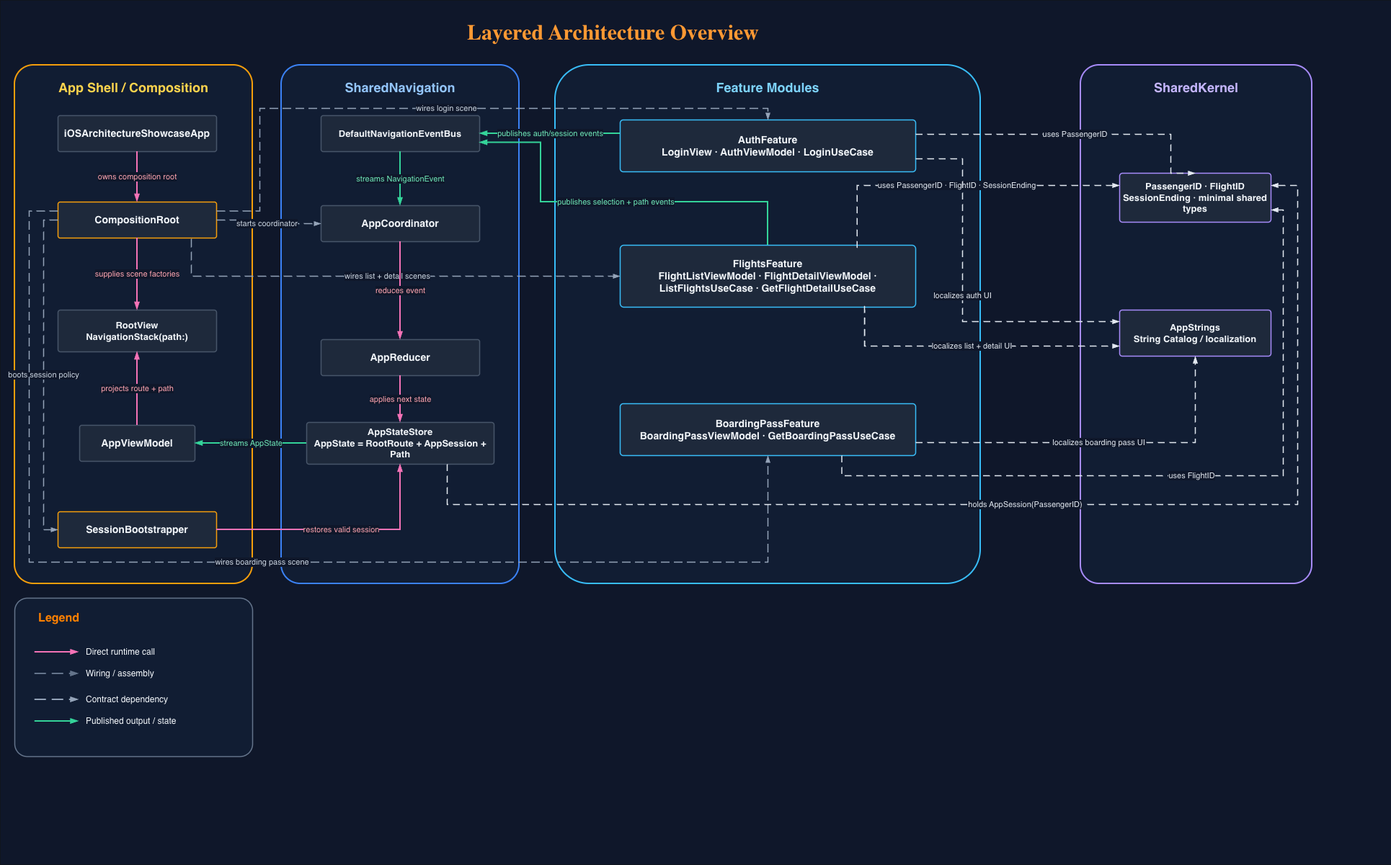
Before: docs/architecture/architecture-overview.drawio.png, a diagram exported from draw.io (SwiftEnProfundidad/ios-architecture-showcase). Source tidied: cells renumbered, new cells last; positions are measured from the earlier drawing's top-left corner, leaving out a move shared by most shapes.
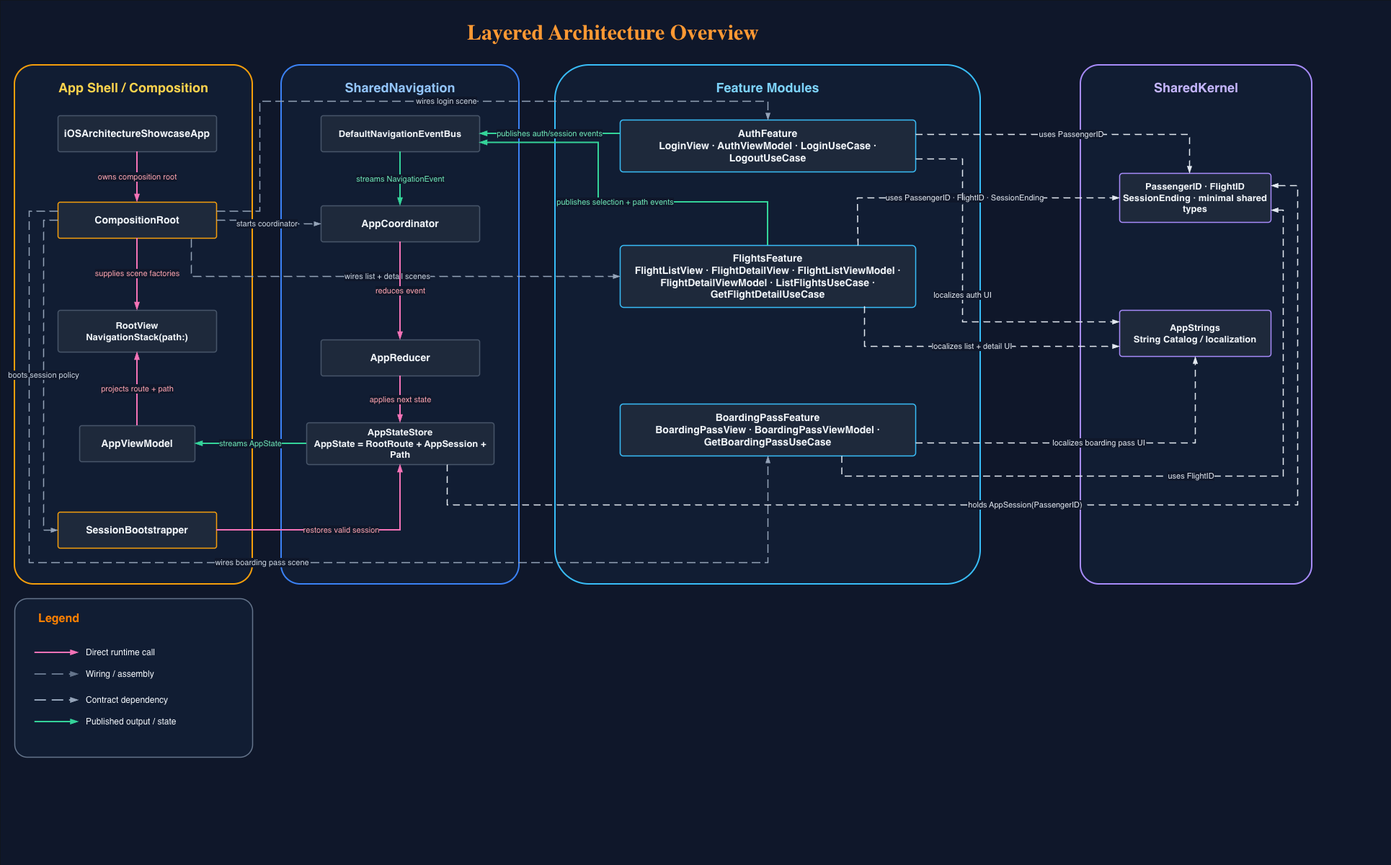
After the commit.

Commit message:
docs: align architecture diagrams and reviewer guide

The edit, as a diff of the source:
```diff
@@ -47,13 +47,13 @@
     <mxCell id="16" value="AppStateStore&#10;AppState = RootRoute + AppSession + Path" style="rounded=1;arcSize=6;whiteSpace=wrap;html=1;fillColor=#1E293B;strokeColor=#475569;strokeWidth=1.5;fontColor=#F1F5F9;fontSize=13;fontStyle=1;align=center;" parent="1" vertex="1">
       <mxGeometry x="425" y="586" width="260" height="58" as="geometry" />
     </mxCell>
-    <mxCell id="17" value="AuthFeature&#10;LoginView · AuthViewModel · LoginUseCase" style="rounded=1;arcSize=6;whiteSpace=wrap;html=1;fillColor=#1E293B;strokeColor=#38BDF8;strokeWidth=1.5;fontColor=#F1F5F9;fontSize=14;fontStyle=1;align=center;" parent="1" vertex="1">
+    <mxCell id="17" value="AuthFeature&#10;LoginView · AuthViewModel · LoginUseCase · LogoutUseCase" style="rounded=1;arcSize=6;whiteSpace=wrap;html=1;fillColor=#1E293B;strokeColor=#38BDF8;strokeWidth=1.5;fontColor=#F1F5F9;fontSize=14;fontStyle=1;align=center;" parent="1" vertex="1">
       <mxGeometry x="860" y="166" width="410" height="72" as="geometry" />
     </mxCell>
-    <mxCell id="18" value="FlightsFeature&#10;FlightListViewModel · FlightDetailViewModel · ListFlightsUseCase · GetFlightDetailUseCase" style="rounded=1;arcSize=6;whiteSpace=wrap;html=1;fillColor=#1E293B;strokeColor=#38BDF8;strokeWidth=1.5;fontColor=#F1F5F9;fontSize=14;fontStyle=1;align=center;" parent="1" vertex="1">
+    <mxCell id="18" value="FlightsFeature&#10;FlightListView · FlightDetailView · FlightListViewModel ·&#10;FlightDetailViewModel · ListFlightsUseCase · GetFlightDetailUseCase" style="rounded=1;arcSize=6;whiteSpace=wrap;html=1;fillColor=#1E293B;strokeColor=#38BDF8;strokeWidth=1.5;fontColor=#F1F5F9;fontSize=14;fontStyle=1;align=center;" parent="1" vertex="1">
       <mxGeometry x="860" y="340" width="410" height="86" as="geometry" />
     </mxCell>
-    <mxCell id="19" value="BoardingPassFeature&#10;BoardingPassViewModel · GetBoardingPassUseCase" style="rounded=1;arcSize=6;whiteSpace=wrap;html=1;fillColor=#1E293B;strokeColor=#38BDF8;strokeWidth=1.5;fontColor=#F1F5F9;fontSize=14;fontStyle=1;align=center;" parent="1" vertex="1">
+    <mxCell id="19" value="BoardingPassFeature&#10;BoardingPassView · BoardingPassViewModel · GetBoardingPassUseCase" style="rounded=1;arcSize=6;whiteSpace=wrap;html=1;fillColor=#1E293B;strokeColor=#38BDF8;strokeWidth=1.5;fontColor=#F1F5F9;fontSize=14;fontStyle=1;align=center;" parent="1" vertex="1">
       <mxGeometry x="860" y="560" width="410" height="72" as="geometry" />
     </mxCell>
     <mxCell id="20" value="PassengerID · FlightID&#10;SessionEnding · minimal shared types" style="rounded=1;arcSize=6;whiteSpace=wrap;html=1;fillColor=#1E293B;strokeColor=#A78BFA;strokeWidth=1.5;fontColor=#F1F5F9;fontSize=13;fontStyle=1;align=center;" parent="1" vertex="1">
@@ -90,8 +90,8 @@
       <mxGeometry relative="1" as="geometry">
         <Array as="points">
           <mxPoint x="360" y="293" />
-          <mxPoint x="360" y="150" />
-          <mxPoint x="1065" y="150" />
+          <mxPoint x="360" y="140" />
+          <mxPoint x="1065" y="140" />
         </Array>
       </mxGeometry>
     </mxCell>
@@ -122,8 +122,8 @@
       <mxGeometry relative="1" as="geometry">
         <Array as="points">
           <mxPoint x="1065" y="280" />
-          <mxPoint x="750" y="280" />
-          <mxPoint x="750" y="198" />
+          <mxPoint x="830" y="280" />
+          <mxPoint x="830" y="197" />
         </Array>
       </mxGeometry>
     </mxCell>
@@ -151,17 +151,19 @@
         </Array>
       </mxGeometry>
     </mxCell>
-    <mxCell id="37" value="uses PassengerID" style="edgeStyle=orthogonalEdgeStyle;rounded=0;jettySize=auto;html=1;strokeColor=#E2E8F0;strokeWidth=1.6;dashed=1;dashPattern=6 4;endArrow=blockThin;endFill=1;fontColor=#E2E8F0;fontSize=11;labelBackgroundColor=#0F172A;entryX=0.5;entryY=0;entryDx=0;entryDy=0;" parent="1" edge="1" source="17" target="20">
+    <mxCell id="37" value="uses PassengerID" style="edgeStyle=orthogonalEdgeStyle;rounded=0;jettySize=auto;html=1;strokeColor=#E2E8F0;strokeWidth=1.6;dashed=1;dashPattern=6 4;endArrow=blockThin;endFill=1;fontColor=#E2E8F0;fontSize=11;labelBackgroundColor=#0F172A;" parent="1" edge="1" source="17">
       <mxGeometry relative="1" as="geometry">
+        <mxPoint x="1650" y="240" as="targetPoint" />
         <Array as="points">
-          <mxPoint x="1624" y="186" />
+          <mxPoint x="1650" y="186" />
         </Array>
       </mxGeometry>
     </mxCell>
-    <mxCell id="38" value="uses PassengerID · FlightID · SessionEnding" style="edgeStyle=orthogonalEdgeStyle;rounded=0;jettySize=auto;html=1;strokeColor=#E2E8F0;strokeWidth=1.6;dashed=1;dashPattern=6 4;endArrow=blockThin;endFill=1;fontColor=#E2E8F0;fontSize=11;labelBackgroundColor=#0F172A;entryX=0;entryY=0.25;entryDx=0;entryDy=0;exitX=0.802;exitY=0.044;exitDx=0;exitDy=0;exitPerimeter=0;" parent="1" edge="1" source="18" target="20">
+    <mxCell id="38" value="uses PassengerID · FlightID · SessionEnding" style="edgeStyle=orthogonalEdgeStyle;rounded=0;jettySize=auto;html=1;strokeColor=#E2E8F0;strokeWidth=1.6;dashed=1;dashPattern=6 4;endArrow=blockThin;endFill=1;fontColor=#E2E8F0;fontSize=11;labelBackgroundColor=#0F172A;entryX=0;entryY=0.5;entryDx=0;entryDy=0;" parent="1" edge="1" target="20">
       <mxGeometry relative="1" as="geometry">
+        <mxPoint x="1190" y="340" as="sourcePoint" />
         <Array as="points">
-          <mxPoint x="1189" y="257" />
+          <mxPoint x="1189" y="274" />
         </Array>
       </mxGeometry>
     </mxCell>
```
